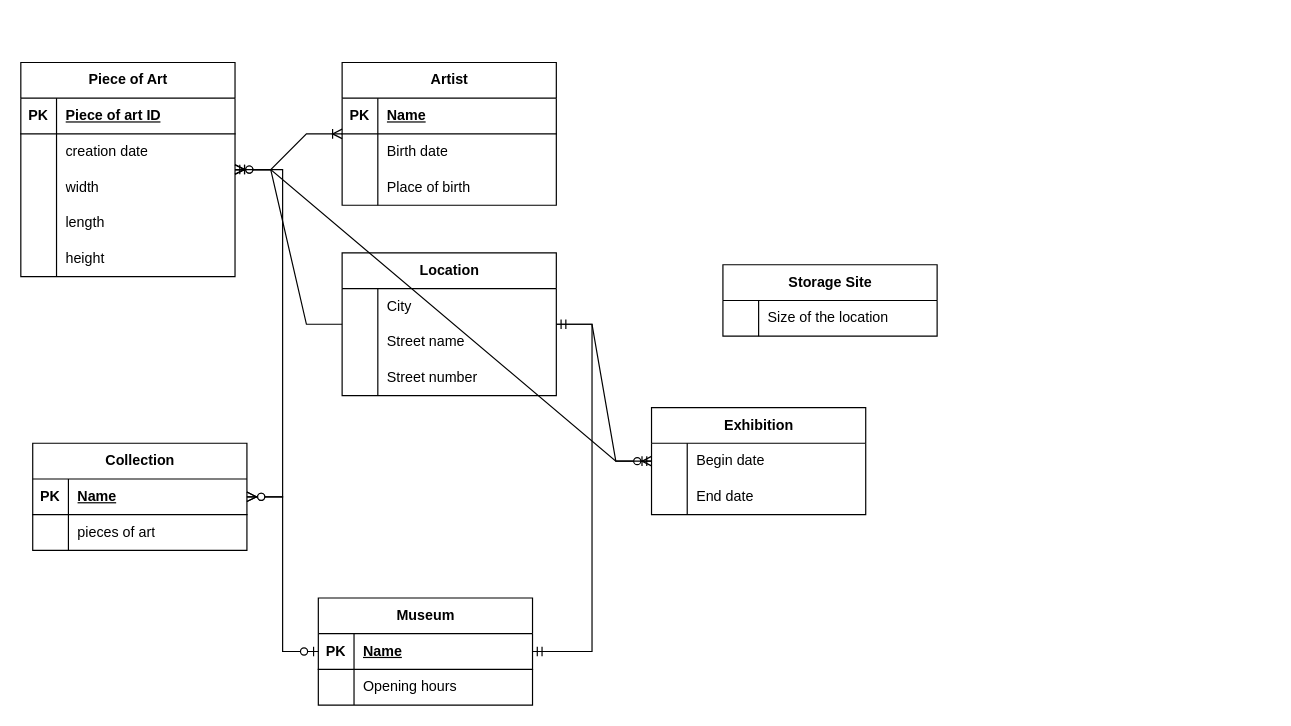
Before: Untitled Diagram.drawio in armeirlaen/LEPl1506, a draw.io diagram. Source tidied: cells renumbered, new cells numbered last; positions are measured from the earlier drawing's top-left corner, leaving out a move shared by most shapes. Both pictures are drawn from the tidied source at 119%, with x=0, y=0 at pixel (20, 62).
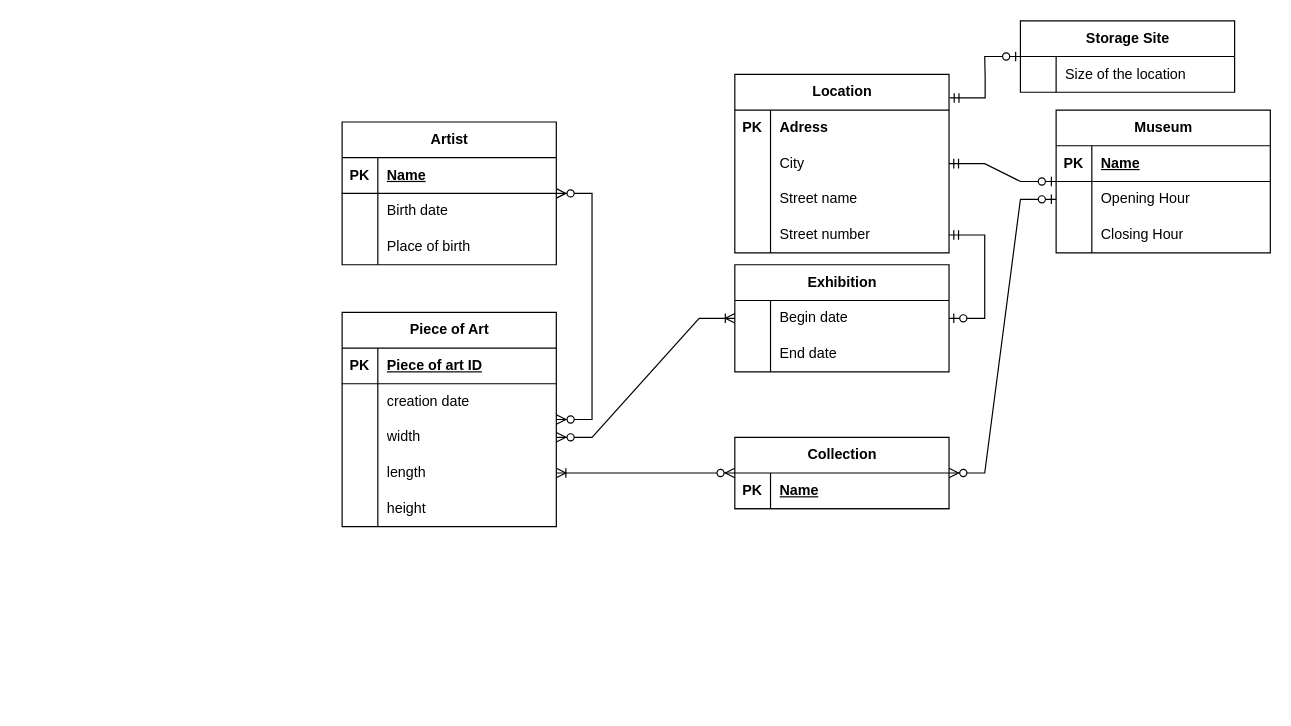
Above is the later version.

Unchanged cells that the change refers to:
```xml
<mxCell id="9" style="shape=tableRow;horizontal=0;startSize=0;swimlaneHead=0;swimlaneBody=0;fillColor=none;points=[[0,0.5],[1,0.5]];portConstraint=eastwest;top=0;left=0;right=0;bottom=0;" parent="2" vertex="1">
  <mxGeometry y="90" width="180" height="30" as="geometry" />
</mxCell>
<mxCell id="12" style="shape=tableRow;horizontal=0;startSize=0;swimlaneHead=0;swimlaneBody=0;fillColor=none;points=[[0,0.5],[1,0.5]];portConstraint=eastwest;top=0;left=0;right=0;bottom=0;" parent="2" vertex="1">
  <mxGeometry y="120" width="180" height="30" as="geometry" />
</mxCell>
<mxCell id="39" style="shape=tableRow;horizontal=0;startSize=0;swimlaneHead=0;swimlaneBody=0;fillColor=none;points=[[0,0.5],[1,0.5]];portConstraint=eastwest;top=0;left=0;right=0;bottom=0;" parent="35" vertex="1">
  <mxGeometry y="60" width="180" height="30" as="geometry" />
</mxCell>
```

The edit, as a diff of the source:
```diff
@@
     <mxCell id="2" value="Piece of Art" style="shape=table;startSize=30;childLayout=tableLayout;rowLines=0;fontStyle=1;align=center;html=1;" parent="1" vertex="1">
-      <mxGeometry width="180" height="180" as="geometry" />
+      <mxGeometry x="270" y="210" width="180" height="180" as="geometry" />
     </mxCell>
@@
     <mxCell id="18" value="Artist" style="shape=table;startSize=30;childLayout=tableLayout;rowLines=0;fontStyle=1;align=center;html=1;" parent="1" vertex="1">
-      <mxGeometry x="270" width="180" height="120" as="geometry" />
+      <mxGeometry x="270" y="50" width="180" height="120" as="geometry" />
     </mxCell>
@@
     <mxCell id="28" value="Collection" style="shape=table;startSize=30;childLayout=tableLayout;rowLines=0;fontStyle=1;align=center;html=1;" parent="1" vertex="1">
-      <mxGeometry x="10" y="320" width="180" height="90" as="geometry" />
+      <mxGeometry x="600" y="315" width="180" height="60" as="geometry" />
     </mxCell>
@@
-    <mxCell id="32" style="shape=tableRow;horizontal=0;startSize=0;swimlaneHead=0;swimlaneBody=0;fillColor=none;top=0;left=0;right=0;bottom=0;" parent="28" vertex="1">
-      <mxGeometry y="60" width="180" height="30" as="geometry" />
-    </mxCell>
-    <mxCell id="33" style="shape=partialRectangle;fillColor=none;top=0;left=0;bottom=0;right=0;overflow=hidden;whiteSpace=wrap;html=1;" parent="32" vertex="1">
-      <mxGeometry width="30" height="30" as="geometry" />
-    </mxCell>
-    <mxCell id="34" value="pieces of art" style="shape=partialRectangle;fillColor=none;top=0;left=0;bottom=0;right=0;align=left;spacingLeft=6;overflow=hidden;whiteSpace=wrap;html=1;" parent="32" vertex="1">
-      <mxGeometry x="30" width="150" height="30" as="geometry" />
-    </mxCell>
     <mxCell id="35" value="Museum" style="shape=table;startSize=30;childLayout=tableLayout;rowLines=0;fontStyle=1;align=center;html=1;" parent="1" vertex="1">
-      <mxGeometry x="250" y="450" width="180" height="90" as="geometry" />
+      <mxGeometry x="870" y="40" width="180" height="120" as="geometry" />
     </mxCell>
@@
-    <mxCell id="41" value="Opening hours" style="shape=partialRectangle;fillColor=none;top=0;left=0;bottom=0;right=0;align=left;spacingLeft=6;overflow=hidden;whiteSpace=wrap;html=1;" parent="39" vertex="1">
+    <mxCell id="41" value="Opening Hour" style="shape=partialRectangle;fillColor=none;top=0;left=0;bottom=0;right=0;align=left;spacingLeft=6;overflow=hidden;whiteSpace=wrap;html=1;" parent="39" vertex="1">
       <mxGeometry x="30" width="150" height="30" as="geometry" />
     </mxCell>
+    <mxCell id="70" style="shape=tableRow;horizontal=0;startSize=0;swimlaneHead=0;swimlaneBody=0;fillColor=none;top=0;left=0;right=0;bottom=0;" parent="35" vertex="1">
+      <mxGeometry y="90" width="180" height="30" as="geometry" />
+    </mxCell>
+    <mxCell id="71" style="shape=partialRectangle;fillColor=none;top=0;left=0;bottom=0;right=0;overflow=hidden;whiteSpace=wrap;html=1;" parent="70" vertex="1">
+      <mxGeometry width="30" height="30" as="geometry" />
+    </mxCell>
+    <mxCell id="72" value="Closing Hour" style="shape=partialRectangle;fillColor=none;top=0;left=0;bottom=0;right=0;align=left;spacingLeft=6;overflow=hidden;whiteSpace=wrap;html=1;" parent="70" vertex="1">
+      <mxGeometry x="30" width="150" height="30" as="geometry" />
+    </mxCell>
     <mxCell id="42" value="Exhibition" style="shape=table;startSize=30;childLayout=tableLayout;rowLines=0;fontStyle=1;align=center;html=1;" parent="1" vertex="1">
-      <mxGeometry x="530" y="290" width="180" height="90" as="geometry" />
+      <mxGeometry x="600" y="170" width="180" height="90" as="geometry" />
     </mxCell>
+    <mxCell id="73" style="shape=tableRow;horizontal=0;startSize=0;swimlaneHead=0;swimlaneBody=0;fillColor=none;top=0;left=0;right=0;bottom=0;" parent="42" vertex="1">
+      <mxGeometry y="30" width="180" height="30" as="geometry" />
+    </mxCell>
+    <mxCell id="74" style="shape=partialRectangle;fillColor=none;top=0;left=0;bottom=0;right=0;overflow=hidden;whiteSpace=wrap;html=1;" parent="73" vertex="1">
+      <mxGeometry width="30" height="30" as="geometry" />
+    </mxCell>
+    <mxCell id="75" value="Begin date" style="shape=partialRectangle;fillColor=none;top=0;left=0;bottom=0;right=0;align=left;spacingLeft=6;overflow=hidden;whiteSpace=wrap;html=1;" parent="73" vertex="1">
+      <mxGeometry x="30" width="150" height="30" as="geometry" />
+    </mxCell>
     <mxCell id="43" style="shape=tableRow;horizontal=0;startSize=0;swimlaneHead=0;swimlaneBody=0;fillColor=none;top=0;left=0;right=0;bottom=0;" parent="42" vertex="1">
-      <mxGeometry y="30" width="180" height="30" as="geometry" />
+      <mxGeometry y="60" width="180" height="30" as="geometry" />
     </mxCell>
@@
-    <mxCell id="45" value="Begin date" style="shape=partialRectangle;fillColor=none;top=0;left=0;bottom=0;right=0;align=left;spacingLeft=6;overflow=hidden;whiteSpace=wrap;html=1;" parent="43" vertex="1">
+    <mxCell id="45" value="End date" style="shape=partialRectangle;fillColor=none;top=0;left=0;bottom=0;right=0;align=left;spacingLeft=6;overflow=hidden;whiteSpace=wrap;html=1;" parent="43" vertex="1">
       <mxGeometry x="30" width="150" height="30" as="geometry" />
     </mxCell>
-    <mxCell id="46" style="shape=tableRow;horizontal=0;startSize=0;swimlaneHead=0;swimlaneBody=0;fillColor=none;top=0;left=0;right=0;bottom=0;" parent="42" vertex="1">
-      <mxGeometry y="60" width="180" height="30" as="geometry" />
-    </mxCell>
-    <mxCell id="47" style="shape=partialRectangle;fillColor=none;top=0;left=0;bottom=0;right=0;overflow=hidden;whiteSpace=wrap;html=1;" parent="46" vertex="1">
-      <mxGeometry width="30" height="30" as="geometry" />
-    </mxCell>
-    <mxCell id="48" value="End date" style="shape=partialRectangle;fillColor=none;top=0;left=0;bottom=0;right=0;align=left;spacingLeft=6;overflow=hidden;whiteSpace=wrap;html=1;" parent="46" vertex="1">
-      <mxGeometry x="30" width="150" height="30" as="geometry" />
-    </mxCell>
     <mxCell id="49" value="Location" style="shape=table;startSize=30;childLayout=tableLayout;rowLines=0;fontStyle=1;align=center;html=1;" parent="1" vertex="1">
-      <mxGeometry x="270" y="160" width="180" height="120" as="geometry" />
+      <mxGeometry x="600" y="10" width="180" height="150" as="geometry" />
     </mxCell>
+    <mxCell id="76" style="shape=tableRow;horizontal=0;startSize=0;swimlaneHead=0;swimlaneBody=0;fillColor=none;top=0;left=0;right=0;bottom=0;perimeterSpacing=2;" parent="49" vertex="1">
+      <mxGeometry y="30" width="180" height="30" as="geometry" />
+    </mxCell>
+    <mxCell id="77" value="&lt;b&gt;PK&lt;/b&gt;" style="shape=partialRectangle;fillColor=none;top=0;left=0;bottom=0;right=0;overflow=hidden;whiteSpace=wrap;html=1;" parent="76" vertex="1">
+      <mxGeometry width="30" height="30" as="geometry" />
+    </mxCell>
+    <mxCell id="78" value="&lt;b&gt;Adress&lt;/b&gt;" style="shape=partialRectangle;fillColor=none;top=0;left=0;bottom=0;right=0;align=left;spacingLeft=6;overflow=hidden;whiteSpace=wrap;html=1;" parent="76" vertex="1">
+      <mxGeometry x="30" width="150" height="30" as="geometry" />
+    </mxCell>
     <mxCell id="50" style="shape=tableRow;horizontal=0;startSize=0;swimlaneHead=0;swimlaneBody=0;fillColor=none;points=[[0,0.5],[1,0.5]];portConstraint=eastwest;top=0;left=0;right=0;bottom=0;" parent="49" vertex="1">
-      <mxGeometry y="30" width="180" height="30" as="geometry" />
+      <mxGeometry y="60" width="180" height="30" as="geometry" />
     </mxCell>
@@
     <mxCell id="53" style="shape=tableRow;horizontal=0;startSize=0;swimlaneHead=0;swimlaneBody=0;fillColor=none;top=0;left=0;right=0;bottom=0;" parent="49" vertex="1">
-      <mxGeometry y="60" width="180" height="30" as="geometry" />
+      <mxGeometry y="90" width="180" height="30" as="geometry" />
     </mxCell>
@@
     <mxCell id="56" style="shape=tableRow;horizontal=0;startSize=0;swimlaneHead=0;swimlaneBody=0;fillColor=none;points=[[0,0.5],[1,0.5]];portConstraint=eastwest;top=0;left=0;right=0;bottom=0;" parent="49" vertex="1">
-      <mxGeometry y="90" width="180" height="30" as="geometry" />
+      <mxGeometry y="120" width="180" height="30" as="geometry" />
     </mxCell>
@@
     <mxCell id="59" value="Storage Site" style="shape=table;startSize=30;childLayout=tableLayout;rowLines=0;fontStyle=1;align=center;html=1;" parent="1" vertex="1">
-      <mxGeometry x="590" y="170" width="180" height="60" as="geometry" />
+      <mxGeometry x="840" y="-35" width="180" height="60" as="geometry" />
     </mxCell>
@@
-    <mxCell id="63" style="edgeStyle=entityRelationEdgeStyle;fontSize=12;html=1;endArrow=ERoneToMany;startArrow=ERoneToMany;rounded=0;" parent="1" edge="1" source="2" target="18">
+    <mxCell id="63" style="edgeStyle=entityRelationEdgeStyle;fontSize=12;html=1;endArrow=ERzeroToMany;endFill=1;startArrow=ERzeroToMany;rounded=0;" parent="1" edge="1" source="2" target="18">
       <mxGeometry relative="1" as="geometry" />
     </mxCell>
-    <mxCell id="64" style="edgeStyle=entityRelationEdgeStyle;fontSize=12;html=1;endArrow=ERzeroToMany;endFill=1;startArrow=ERzeroToMany;rounded=0;" parent="1" edge="1" source="28" target="2">
-      <mxGeometry relative="1" as="geometry" />
-    </mxCell>
-    <mxCell id="65" style="edgeStyle=entityRelationEdgeStyle;fontSize=12;html=1;endArrow=ERzeroToMany;endFill=1;startArrow=ERzeroToMany;rounded=0;" parent="1" edge="1" source="2" target="42">
-      <mxGeometry relative="1" as="geometry" />
-    </mxCell>
-    <mxCell id="66" style="edgeStyle=entityRelationEdgeStyle;fontSize=12;html=1;endArrow=ERmandOne;rounded=0;" parent="1" edge="1" source="49" target="2">
-      <mxGeometry relative="1" as="geometry" />
-    </mxCell>
-    <mxCell id="67" style="edgeStyle=entityRelationEdgeStyle;fontSize=12;html=1;endArrow=ERzeroToMany;startArrow=ERzeroToOne;rounded=0;" parent="1" edge="1" source="35" target="28">
-      <mxGeometry relative="1" as="geometry" />
-    </mxCell>
-    <mxCell id="68" style="edgeStyle=entityRelationEdgeStyle;fontSize=12;html=1;endArrow=ERmandOne;rounded=0;" parent="1" edge="1" source="49" target="42">
-      <mxGeometry relative="1" as="geometry" />
-    </mxCell>
-    <mxCell id="69" style="edgeStyle=entityRelationEdgeStyle;fontSize=12;html=1;endArrow=ERmandOne;startArrow=ERmandOne;rounded=0;" parent="1" edge="1" source="35" target="49">
-      <mxGeometry relative="1" as="geometry" />
-    </mxCell>
+    <mxCell id="79" style="edgeStyle=entityRelationEdgeStyle;fontSize=12;html=1;endArrow=ERzeroToOne;startArrow=ERmandOne;rounded=0;" parent="1" edge="1" source="56" target="42">
+      <mxGeometry relative="1" as="geometry" />
+    </mxCell>
+    <mxCell id="80" style="edgeStyle=entityRelationEdgeStyle;fontSize=12;html=1;endArrow=ERzeroToOne;startArrow=ERmandOne;rounded=0;exitX=1.002;exitY=0.132;exitDx=0;exitDy=0;exitPerimeter=0;" parent="1" edge="1" source="49" target="59">
+      <mxGeometry relative="1" as="geometry" />
+    </mxCell>
+    <mxCell id="81" style="edgeStyle=entityRelationEdgeStyle;fontSize=12;html=1;endArrow=ERzeroToOne;startArrow=ERmandOne;rounded=0;" parent="1" edge="1" source="50" target="35">
+      <mxGeometry relative="1" as="geometry" />
+    </mxCell>
+    <mxCell id="82" style="edgeStyle=entityRelationEdgeStyle;fontSize=12;html=1;endArrow=ERzeroToMany;startArrow=ERzeroToOne;rounded=0;" parent="1" edge="1" source="39" target="28">
+      <mxGeometry relative="1" as="geometry" />
+    </mxCell>
+    <mxCell id="83" style="edgeStyle=entityRelationEdgeStyle;fontSize=12;html=1;endArrow=ERoneToMany;startArrow=ERzeroToMany;rounded=0;" parent="1" edge="1" source="28" target="12">
+      <mxGeometry relative="1" as="geometry" />
+    </mxCell>
+    <mxCell id="84" style="edgeStyle=entityRelationEdgeStyle;fontSize=12;html=1;endArrow=ERoneToMany;startArrow=ERzeroToMany;rounded=0;" parent="1" edge="1" source="9" target="42">
+      <mxGeometry relative="1" as="geometry" />
+    </mxCell>
```
